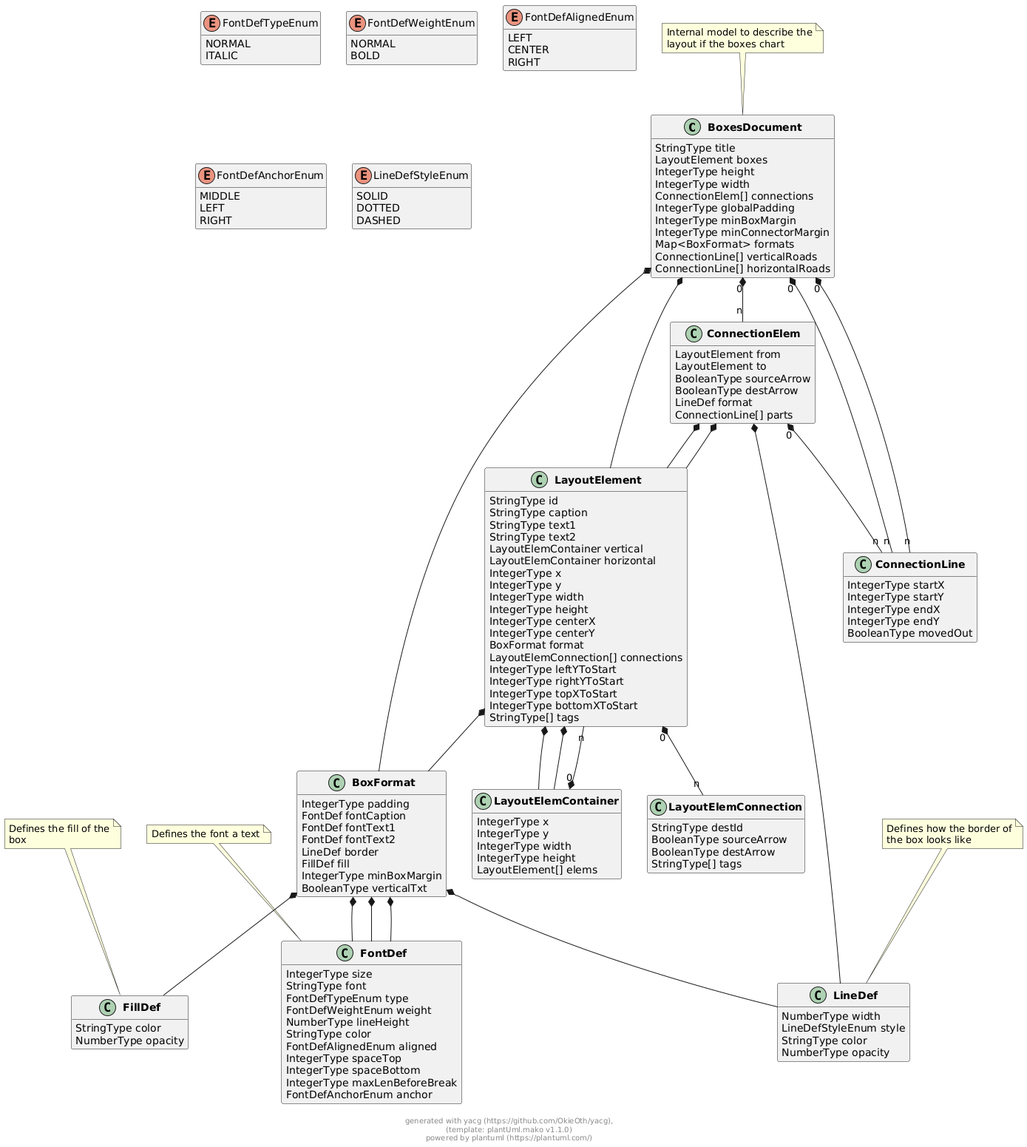
The PlantUML diagram docs/models/png/boxes_document.png in OkieOth/draw.chart.things, before a commit.
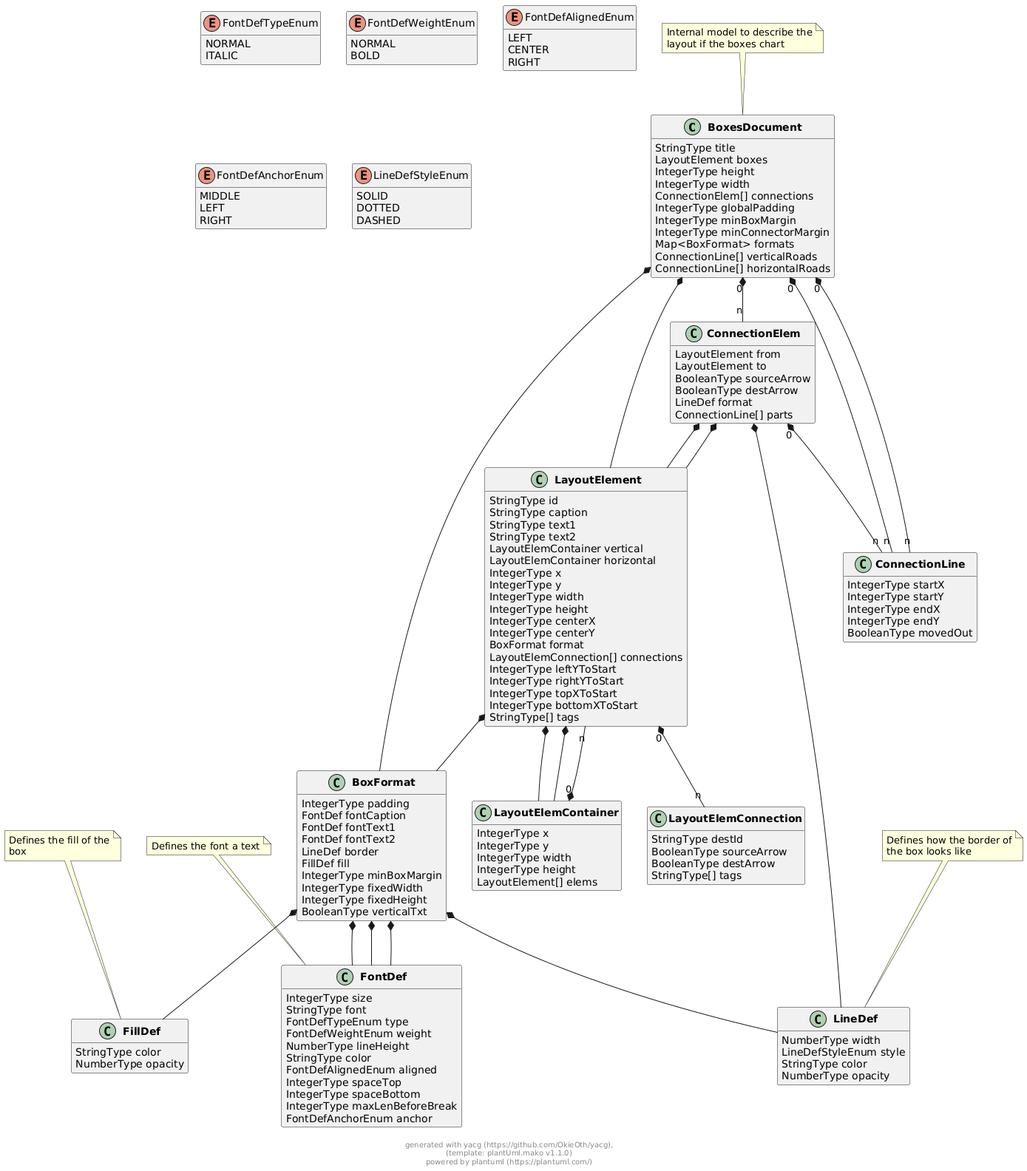
The same diagram one commit later.

The edit, as a diff of the source:
```diff
@@ -64,6 +64,8 @@
         LineDef border
         FillDef fill
         IntegerType minBoxMargin
+        IntegerType fixedWidth
+        IntegerType fixedHeight
         BooleanType verticalTxt
 }
 
@@ -240,6 +242,8 @@
 
 
 
+
+
 LayoutElemContainer "0" *-- "n" LayoutElement
 
 
```
